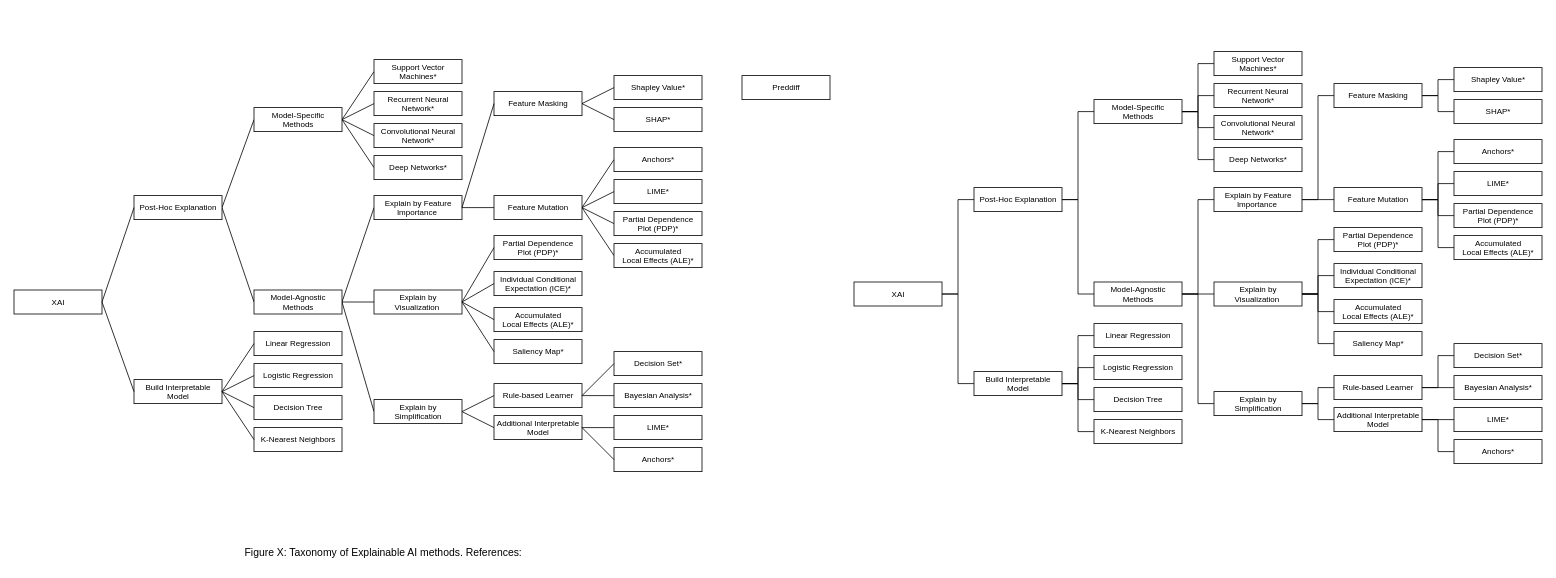
This is XAI Taxonomy Tree2.drawio from ZeruiW/XAI-Taxonomy, a draw.io file, before an edit. Source tidied: cells renumbered, new cells numbered last; positions are measured from the earlier drawing's top-left corner, leaving out a move shared by most shapes. Both pictures are drawn from the tidied source at 80%, with x=0, y=0 at pixel (14, 51).
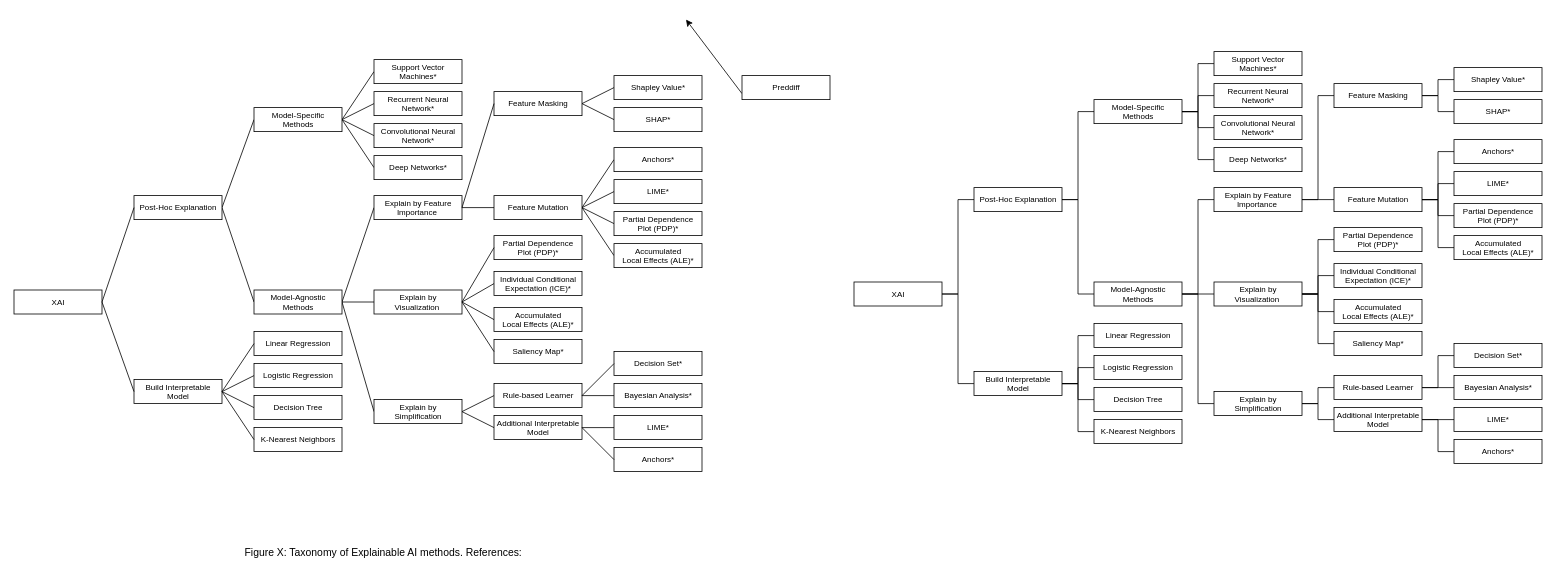
The same diagram, later.

Unchanged cells that the change refers to:
```xml
<mxCell id="47" value="Preddiff" style="rounded=0;fontSize=10;html=1;" parent="1" vertex="1">
  <mxGeometry x="910" y="30" width="110" height="30" as="geometry" />
</mxCell>
```

Diff of the diagram source:
```diff
@@
+    <mxCell id="140" style="edgeStyle=none;html=1;exitX=0;exitY=0.75;exitDx=0;exitDy=0;" parent="1" edge="1" source="47">
+      <mxGeometry relative="1" as="geometry">
+        <mxPoint x="840" y="-40" as="targetPoint" />
+      </mxGeometry>
+    </mxCell>
```
